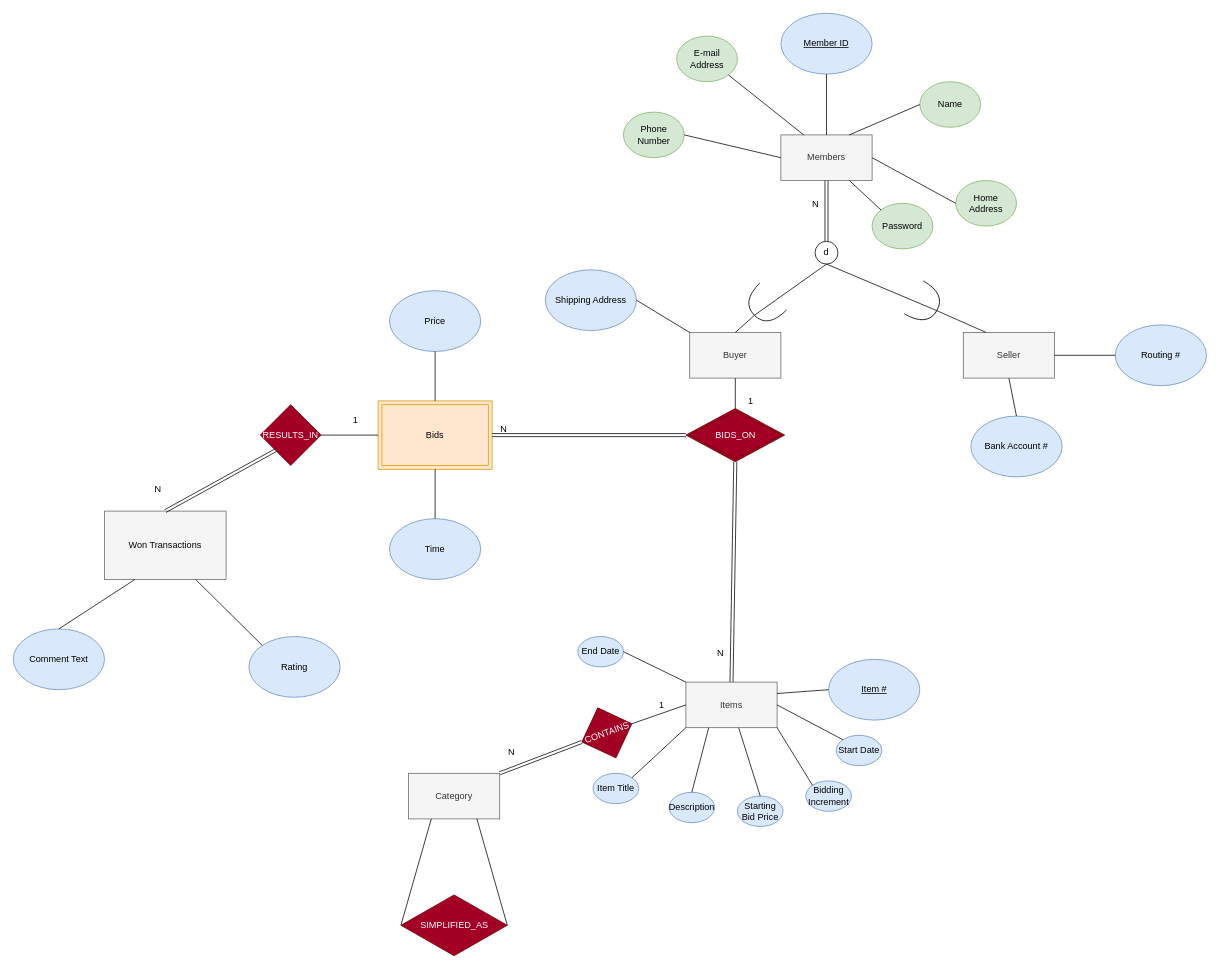
Above: EER Modelling.drawio in William-BC-CA/CPSC2221_EER_Modelling_Diagram (draw.io), before the change. Source tidied: cells renumbered, new cells numbered last; positions are measured from the earlier drawing's top-left corner, leaving out a move shared by most shapes. Both pictures are drawn from the tidied source at 76%, with x=0, y=0 at pixel (13, 13).
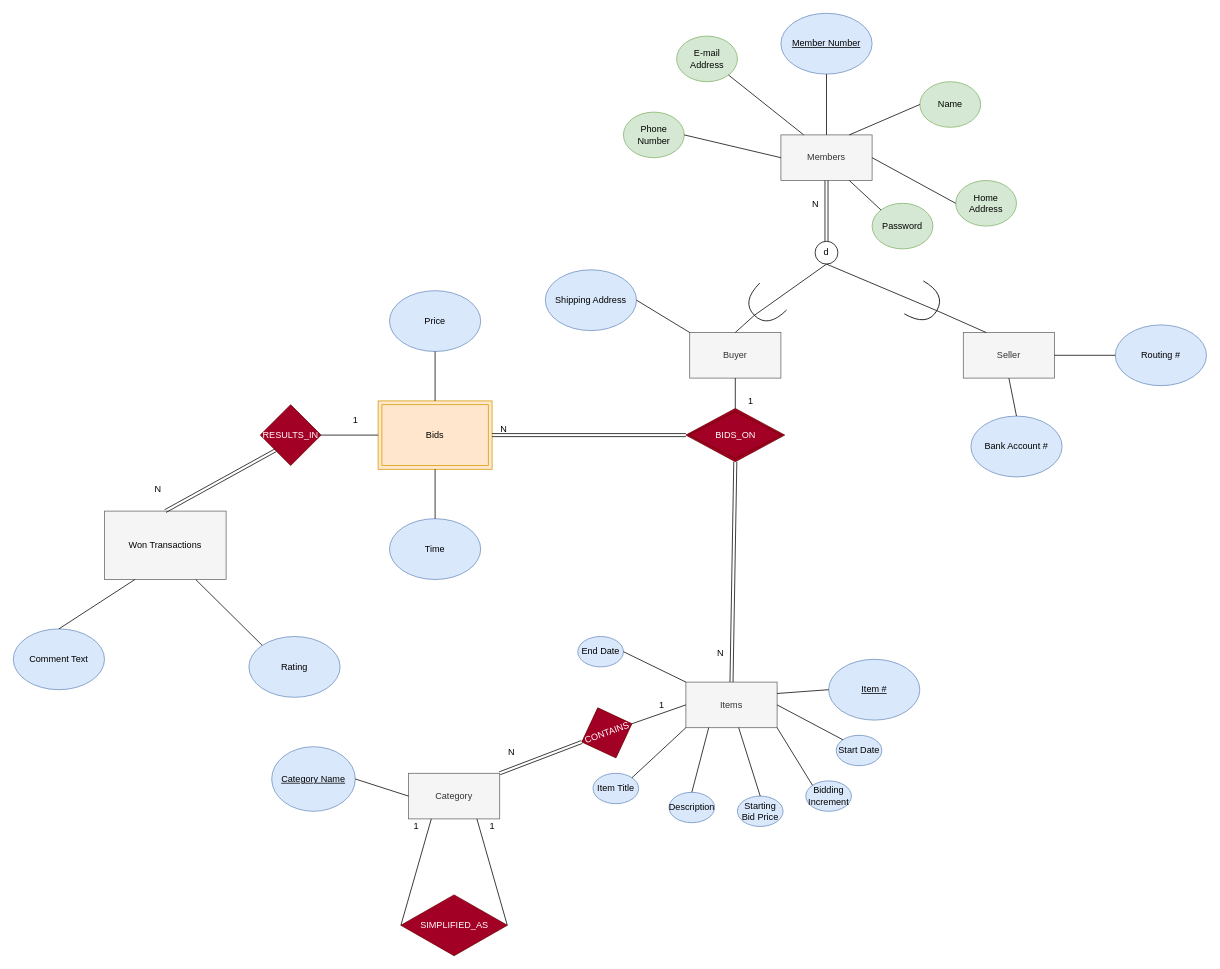
After the change.

The change refers to these unchanged cells:
```xml
<mxCell id="43" value="Category" style="rounded=0;whiteSpace=wrap;html=1;fillColor=#f5f5f5;fontColor=#333333;strokeColor=#666666;" parent="1" vertex="1">
  <mxGeometry x="520" y="1000" width="120" height="60" as="geometry" />
</mxCell>
```

The edit, as a diff of the source:
```diff
@@
-    <mxCell id="3" value="&lt;u&gt;Member ID&lt;/u&gt;" style="ellipse;whiteSpace=wrap;html=1;fillColor=#dae8fc;strokeColor=#6c8ebf;" parent="1" vertex="1">
+    <mxCell id="3" value="&lt;u&gt;Member Number&lt;/u&gt;" style="ellipse;whiteSpace=wrap;html=1;fillColor=#dae8fc;strokeColor=#6c8ebf;" parent="1" vertex="1">
       <mxGeometry x="1010" width="120" height="80" as="geometry" />
     </mxCell>
@@
+    <mxCell id="81" value="&lt;u&gt;Category Name&lt;/u&gt;" style="ellipse;whiteSpace=wrap;html=1;fillColor=#dae8fc;strokeColor=#6c8ebf;" parent="1" vertex="1">
+      <mxGeometry x="340" y="965" width="110" height="85" as="geometry" />
+    </mxCell>
+    <mxCell id="82" style="endArrow=none;html=1;exitX=1;exitY=0.5;exitDx=0;exitDy=0;entryX=0;entryY=0.5;entryDx=0;entryDy=0;" parent="1" edge="1" source="81" target="43">
+      <mxGeometry relative="1" as="geometry" />
+    </mxCell>
+    <mxCell id="83" value="1" style="text;html=1;align=center;verticalAlign=middle;strokeColor=none;fillColor=none;" parent="1" vertex="1">
+      <mxGeometry x="520" y="1060" width="20" height="20" as="geometry" />
+    </mxCell>
+    <mxCell id="84" value="1" style="text;html=1;align=center;verticalAlign=middle;strokeColor=none;fillColor=none;" parent="1" vertex="1">
+      <mxGeometry x="620" y="1060" width="20" height="20" as="geometry" />
+    </mxCell>
```
